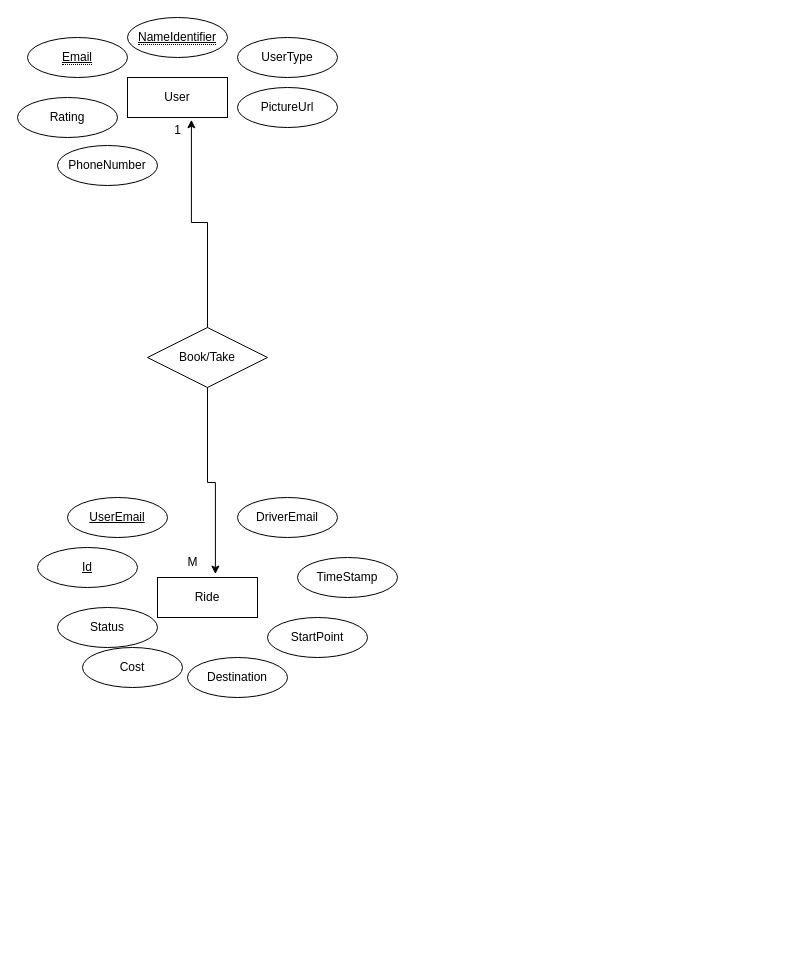
Above: page "ER" (3 of 4) of Documentation/Assets/Digrams.drawio in popescumadalin0/fast-ride (draw.io), before the change. Source tidied: cells renumbered, new cells numbered last; positions are measured from the earlier drawing's top-left corner, leaving out a move shared by most shapes. Both pictures are drawn from the tidied source at 100%, with x=0, y=0 at pixel (17, 17).
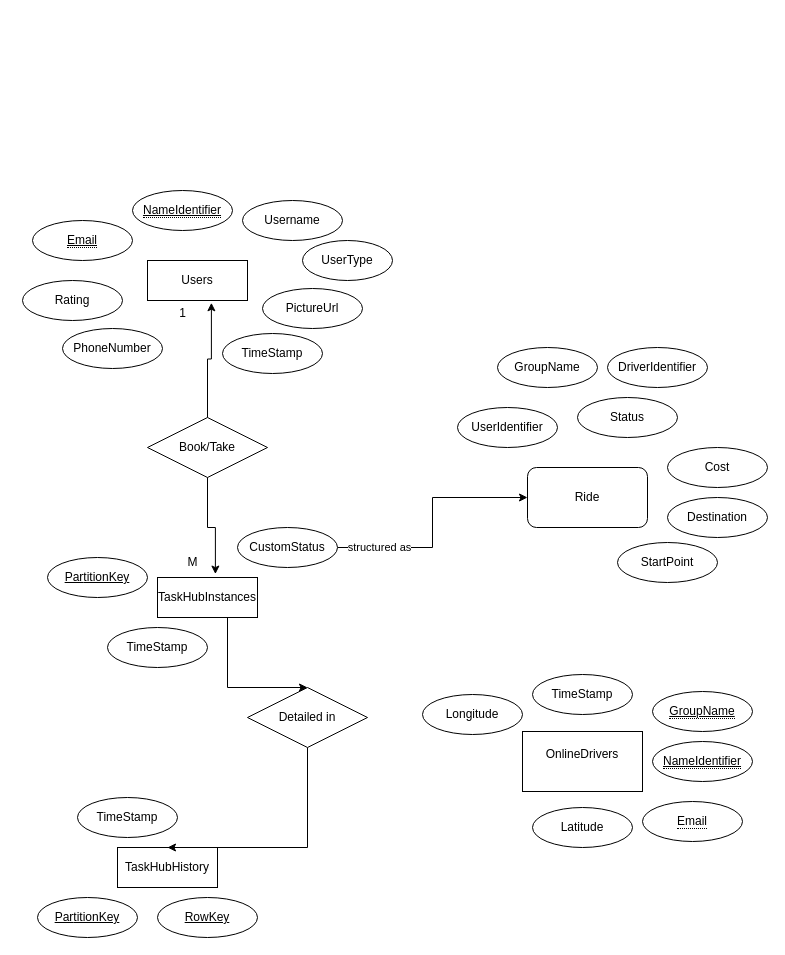
After the change.

Change to the diagram source:
```diff
@@
-    <mxCell id="2" value="User" style="whiteSpace=wrap;html=1;align=center;" parent="1" vertex="1">
-      <mxGeometry x="110" y="60" width="100" height="40" as="geometry" />
+    <mxCell id="2" value="Users" style="whiteSpace=wrap;html=1;align=center;" parent="1" vertex="1">
+      <mxGeometry x="130" y="243" width="100" height="40" as="geometry" />
     </mxCell>
     <mxCell id="3" value="&lt;span style=&quot;border-bottom: 1px dotted&quot;&gt;&lt;u&gt;Email&lt;/u&gt;&lt;/span&gt;" style="ellipse;whiteSpace=wrap;html=1;align=center;" parent="1" vertex="1">
-      <mxGeometry x="10" y="20" width="100" height="40" as="geometry" />
+      <mxGeometry x="15" y="203" width="100" height="40" as="geometry" />
     </mxCell>
     <mxCell id="4" value="&lt;span style=&quot;border-bottom: 1px dotted&quot;&gt;&lt;u&gt;NameIdentifier&lt;/u&gt;&lt;/span&gt;" style="ellipse;whiteSpace=wrap;html=1;align=center;" parent="1" vertex="1">
-      <mxGeometry x="110" width="100" height="40" as="geometry" />
+      <mxGeometry x="115" y="173" width="100" height="40" as="geometry" />
     </mxCell>
     <mxCell id="5" value="UserType" style="ellipse;whiteSpace=wrap;html=1;align=center;" parent="1" vertex="1">
-      <mxGeometry x="220" y="20" width="100" height="40" as="geometry" />
+      <mxGeometry x="285" y="223" width="90" height="40" as="geometry" />
     </mxCell>
     <mxCell id="6" value="Rating" style="ellipse;whiteSpace=wrap;html=1;align=center;" parent="1" vertex="1">
-      <mxGeometry y="80" width="100" height="40" as="geometry" />
+      <mxGeometry x="5" y="263" width="100" height="40" as="geometry" />
     </mxCell>
     <mxCell id="7" value="PictureUrl" style="ellipse;whiteSpace=wrap;html=1;align=center;" parent="1" vertex="1">
-      <mxGeometry x="220" y="70" width="100" height="40" as="geometry" />
+      <mxGeometry x="245" y="271" width="100" height="40" as="geometry" />
     </mxCell>
+    <mxCell id="23" style="edgeStyle=orthogonalEdgeStyle;rounded=0;jettySize=auto;html=1;entryX=0.5;entryY=0;entryDx=0;entryDy=0;" parent="1" edge="1" source="8" target="32">
+      <mxGeometry relative="1" as="geometry">
+        <Array as="points">
+          <mxPoint x="210" y="670" />
+        </Array>
+      </mxGeometry>
+    </mxCell>
-    <mxCell id="8" value="Ride" style="whiteSpace=wrap;html=1;align=center;" parent="1" vertex="1">
+    <mxCell id="8" value="TaskHubInstances" style="whiteSpace=wrap;html=1;align=center;" parent="1" vertex="1">
       <mxGeometry x="140" y="560" width="100" height="40" as="geometry" />
     </mxCell>
-    <mxCell id="9" value="Id" style="ellipse;whiteSpace=wrap;html=1;align=center;fontStyle=4;" parent="1" vertex="1">
-      <mxGeometry x="20" y="530" width="100" height="40" as="geometry" />
+    <mxCell id="9" value="Par&lt;span style=&quot;background-color: initial;&quot;&gt;titionKey&lt;/span&gt;" style="ellipse;whiteSpace=wrap;html=1;align=center;fontStyle=4;" parent="1" vertex="1">
+      <mxGeometry x="30" y="540" width="100" height="40" as="geometry" />
     </mxCell>
     <mxCell id="10" value="Destination" style="ellipse;whiteSpace=wrap;html=1;align=center;" parent="1" vertex="1">
-      <mxGeometry x="170" y="640" width="100" height="40" as="geometry" />
+      <mxGeometry x="650" y="480" width="100" height="40" as="geometry" />
     </mxCell>
-    <mxCell id="11" value="&lt;u&gt;UserEmail&lt;/u&gt;" style="ellipse;whiteSpace=wrap;html=1;align=center;" parent="1" vertex="1">
-      <mxGeometry x="50" y="480" width="100" height="40" as="geometry" />
+    <mxCell id="11" value="UserIdentifier" style="ellipse;whiteSpace=wrap;html=1;align=center;" parent="1" vertex="1">
+      <mxGeometry x="440" y="390" width="100" height="40" as="geometry" />
     </mxCell>
+    <mxCell id="24" style="edgeStyle=orthogonalEdgeStyle;rounded=0;jettySize=auto;html=1;entryX=0;entryY=0.5;entryDx=0;entryDy=0;" parent="1" edge="1" source="12" target="27">
+      <mxGeometry relative="1" as="geometry" />
+    </mxCell>
+    <mxCell id="25" value="structured as" style="edgeLabel;html=1;align=center;verticalAlign=middle;" parent="24" vertex="1">
+      <mxGeometry x="-0.66" y="1" relative="1" as="geometry" />
+    </mxCell>
-    <mxCell id="12" value="DriverEmail" style="ellipse;whiteSpace=wrap;html=1;align=center;" parent="1" vertex="1">
-      <mxGeometry x="220" y="480" width="100" height="40" as="geometry" />
+    <mxCell id="12" value="CustomStatus" style="ellipse;whiteSpace=wrap;html=1;align=center;" parent="1" vertex="1">
+      <mxGeometry x="220" y="510" width="100" height="40" as="geometry" />
     </mxCell>
     <mxCell id="13" value="StartPoint" style="ellipse;whiteSpace=wrap;html=1;align=center;" parent="1" vertex="1">
-      <mxGeometry x="250" y="600" width="100" height="40" as="geometry" />
+      <mxGeometry x="600" y="525" width="100" height="40" as="geometry" />
     </mxCell>
     <mxCell id="14" value="TimeStamp" style="ellipse;whiteSpace=wrap;html=1;align=center;" parent="1" vertex="1">
-      <mxGeometry x="280" y="540" width="100" height="40" as="geometry" />
+      <mxGeometry x="90" y="610" width="100" height="40" as="geometry" />
     </mxCell>
     <mxCell id="15" value="Status" style="ellipse;whiteSpace=wrap;html=1;align=center;" parent="1" vertex="1">
-      <mxGeometry x="40" y="590" width="100" height="40" as="geometry" />
+      <mxGeometry x="560" y="380" width="100" height="40" as="geometry" />
     </mxCell>
     <mxCell id="16" value="Book/Take" style="shape=rhombus;perimeter=rhombusPerimeter;whiteSpace=wrap;html=1;align=center;" parent="1" vertex="1">
-      <mxGeometry x="130" y="310" width="120" height="60" as="geometry" />
+      <mxGeometry x="130" y="400" width="120" height="60" as="geometry" />
     </mxCell>
@@
     <mxCell id="19" value="1" style="text;html=1;align=center;verticalAlign=middle;strokeColor=none;fillColor=none;" parent="1" vertex="1">
-      <mxGeometry x="145" y="98" width="30" height="30" as="geometry" />
+      <mxGeometry x="150" y="281" width="30" height="30" as="geometry" />
     </mxCell>
@@
     <mxCell id="21" value="Cost" style="ellipse;whiteSpace=wrap;html=1;align=center;" parent="1" vertex="1">
-      <mxGeometry x="65" y="630" width="100" height="40" as="geometry" />
+      <mxGeometry x="650" y="430" width="100" height="40" as="geometry" />
     </mxCell>
     <mxCell id="22" value="PhoneNumber" style="ellipse;whiteSpace=wrap;html=1;align=center;" parent="1" vertex="1">
-      <mxGeometry x="40" y="128" width="100" height="40" as="geometry" />
+      <mxGeometry x="45" y="311" width="100" height="40" as="geometry" />
     </mxCell>
+    <mxCell id="26" value="OnlineDrivers&lt;div&gt;&lt;br&gt;&lt;/div&gt;" style="rounded=0;whiteSpace=wrap;html=1;" parent="1" vertex="1">
+      <mxGeometry x="505" y="714" width="120" height="60" as="geometry" />
+    </mxCell>
+    <mxCell id="27" value="Ride" style="rounded=1;whiteSpace=wrap;html=1;" parent="1" vertex="1">
+      <mxGeometry x="510" y="450" width="120" height="60" as="geometry" />
+    </mxCell>
+    <mxCell id="28" value="TaskHubHistory" style="whiteSpace=wrap;html=1;align=center;" parent="1" vertex="1">
+      <mxGeometry x="100" y="830" width="100" height="40" as="geometry" />
+    </mxCell>
+    <mxCell id="29" value="Par&lt;span style=&quot;background-color: initial;&quot;&gt;titionKey&lt;/span&gt;" style="ellipse;whiteSpace=wrap;html=1;align=center;fontStyle=4;" parent="1" vertex="1">
+      <mxGeometry x="20" y="880" width="100" height="40" as="geometry" />
+    </mxCell>
+    <mxCell id="30" value="RowKey" style="ellipse;whiteSpace=wrap;html=1;align=center;fontStyle=4;" parent="1" vertex="1">
+      <mxGeometry x="140" y="880" width="100" height="40" as="geometry" />
+    </mxCell>
+    <mxCell id="31" style="edgeStyle=orthogonalEdgeStyle;rounded=0;jettySize=auto;html=1;entryX=0.5;entryY=0;entryDx=0;entryDy=0;" parent="1" edge="1" source="32" target="28">
+      <mxGeometry relative="1" as="geometry">
+        <Array as="points">
+          <mxPoint x="290" y="830" />
+        </Array>
+      </mxGeometry>
+    </mxCell>
+    <mxCell id="32" value="Detailed in" style="shape=rhombus;perimeter=rhombusPerimeter;whiteSpace=wrap;html=1;align=center;" parent="1" vertex="1">
+      <mxGeometry x="230" y="670" width="120" height="60" as="geometry" />
+    </mxCell>
+    <mxCell id="33" value="GroupName" style="ellipse;whiteSpace=wrap;html=1;align=center;" parent="1" vertex="1">
+      <mxGeometry x="480" y="330" width="100" height="40" as="geometry" />
+    </mxCell>
+    <mxCell id="34" value="Driver&lt;span style=&quot;background-color: initial;&quot;&gt;Identifier&lt;/span&gt;" style="ellipse;whiteSpace=wrap;html=1;align=center;" parent="1" vertex="1">
+      <mxGeometry x="590" y="330" width="100" height="40" as="geometry" />
+    </mxCell>
+    <mxCell id="35" value="TimeStamp" style="ellipse;whiteSpace=wrap;html=1;align=center;" parent="1" vertex="1">
+      <mxGeometry x="60" y="780" width="100" height="40" as="geometry" />
+    </mxCell>
+    <mxCell id="36" value="TimeStamp" style="ellipse;whiteSpace=wrap;html=1;align=center;" parent="1" vertex="1">
+      <mxGeometry x="205" y="316" width="100" height="40" as="geometry" />
+    </mxCell>
+    <mxCell id="37" value="TimeStamp" style="ellipse;whiteSpace=wrap;html=1;align=center;" parent="1" vertex="1">
+      <mxGeometry x="515" y="657" width="100" height="40" as="geometry" />
+    </mxCell>
+    <mxCell id="38" value="Username" style="ellipse;whiteSpace=wrap;html=1;align=center;" parent="1" vertex="1">
+      <mxGeometry x="225" y="183" width="100" height="40" as="geometry" />
+    </mxCell>
+    <mxCell id="39" value="&lt;span style=&quot;border-bottom: 1px dotted&quot;&gt;&lt;u&gt;GroupName&lt;/u&gt;&lt;/span&gt;" style="ellipse;whiteSpace=wrap;html=1;align=center;" parent="1" vertex="1">
+      <mxGeometry x="635" y="674" width="100" height="40" as="geometry" />
+    </mxCell>
+    <mxCell id="40" value="&lt;span style=&quot;border-bottom: 1px dotted&quot;&gt;&lt;u&gt;NameIdentifier&lt;/u&gt;&lt;/span&gt;" style="ellipse;whiteSpace=wrap;html=1;align=center;" parent="1" vertex="1">
+      <mxGeometry x="635" y="724" width="100" height="40" as="geometry" />
+    </mxCell>
+    <mxCell id="41" value="&lt;span style=&quot;border-bottom: 1px dotted&quot;&gt;Email&lt;/span&gt;" style="ellipse;whiteSpace=wrap;html=1;align=center;" parent="1" vertex="1">
+      <mxGeometry x="625" y="784" width="100" height="40" as="geometry" />
+    </mxCell>
+    <mxCell id="42" value="Latitude" style="ellipse;whiteSpace=wrap;html=1;align=center;" parent="1" vertex="1">
+      <mxGeometry x="515" y="790" width="100" height="40" as="geometry" />
+    </mxCell>
+    <mxCell id="43" value="Longitude" style="ellipse;whiteSpace=wrap;html=1;align=center;" parent="1" vertex="1">
+      <mxGeometry x="405" y="677" width="100" height="40" as="geometry" />
+    </mxCell>
```
